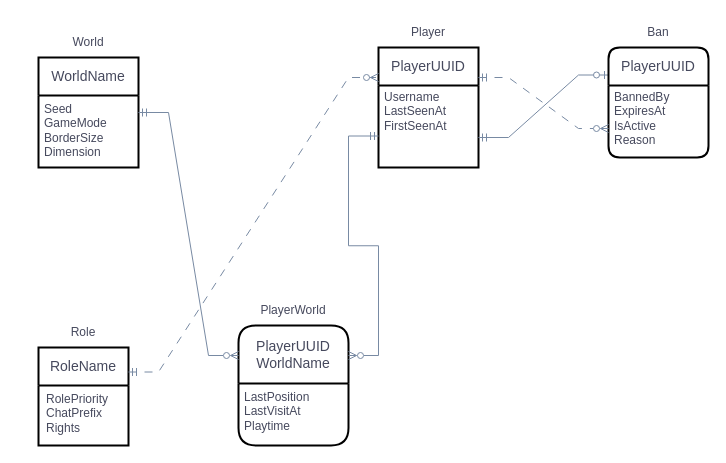
This is lab1/DB_Lab1.drawio from CodeI000I/DatabaseLabs, a draw.io file, before an edit. Source tidied: cells renumbered, new cells numbered last; positions are measured from the earlier drawing's top-left corner, leaving out a move shared by most shapes. Both pictures are drawn from the tidied source at 100%, with x=0, y=0 at pixel (38, 17).
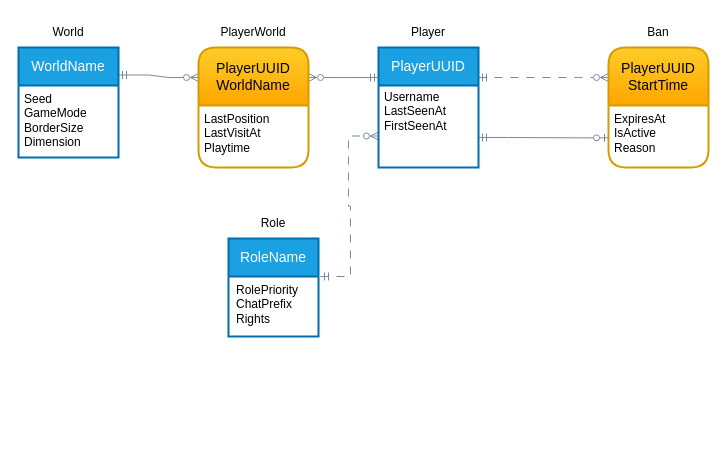
The same diagram, later.

Commit message (it also covers changes not shown here):
update er model and repott

What changed in the source:
```diff
@@
-<mxGraphModel>
+<mxGraphModel background="light-dark(#FFFFFF,#FFFFFF)">
@@
-    <mxCell id="2" style="group;" parent="1" vertex="1">
-      <mxGeometry x="340" width="100" height="150" as="geometry" />
-    </mxCell>
+    <mxCell id="16" style="edgeStyle=entityRelationEdgeStyle;fontSize=12;html=1;endArrow=ERzeroToMany;startArrow=ERmandOne;rounded=0;strokeColor=#788AA3;fontFamily=Helvetica;fontColor=#46495D;labelBackgroundColor=none;fillColor=#B2C9AB;dashed=1;dashPattern=8 8;entryX=0;entryY=0.75;entryDx=0;entryDy=0;exitX=1;exitY=0;exitDx=0;exitDy=0;endFill=0;" parent="1" edge="1" source="15" target="5">
+      <mxGeometry relative="1" as="geometry" />
+    </mxCell>
+    <mxCell id="17" style="edgeStyle=entityRelationEdgeStyle;fontSize=12;html=1;endArrow=ERmandOne;startArrow=ERzeroToOne;rounded=0;strokeColor=#788AA3;fontFamily=Helvetica;fontColor=#46495D;labelBackgroundColor=none;fillColor=#B2C9AB;exitX=0;exitY=0.622;exitDx=0;exitDy=0;entryX=1;entryY=0.75;entryDx=0;entryDy=0;startFill=0;endFill=0;exitPerimeter=0;" parent="1" edge="1" source="22" target="3">
+      <mxGeometry relative="1" as="geometry" />
+    </mxCell>
+    <mxCell id="18" style="edgeStyle=entityRelationEdgeStyle;fontSize=12;html=1;endArrow=ERmandOne;startArrow=ERzeroToMany;rounded=0;strokeColor=#788AA3;fontFamily=Helvetica;fontColor=#46495D;labelBackgroundColor=none;fillColor=#B2C9AB;startFill=0;endFill=0;exitX=0;exitY=0.25;exitDx=0;exitDy=0;entryX=1;entryY=0.25;entryDx=0;entryDy=0;" parent="1" edge="1" source="7" target="11">
+      <mxGeometry relative="1" as="geometry" />
+    </mxCell>
+    <mxCell id="23" style="edgeStyle=entityRelationEdgeStyle;fontSize=12;html=1;endArrow=ERmandOne;startArrow=ERzeroToMany;rounded=0;strokeColor=#788AA3;fontFamily=Helvetica;fontColor=#46495D;labelBackgroundColor=none;fillColor=#B2C9AB;exitX=1;exitY=0.25;exitDx=0;exitDy=0;startFill=0;endFill=0;entryX=0;entryY=0.25;entryDx=0;entryDy=0;" parent="1" edge="1" source="7" target="3">
+      <mxGeometry relative="1" as="geometry" />
+    </mxCell>
+    <mxCell id="24" style="edgeStyle=entityRelationEdgeStyle;fontSize=12;html=1;endArrow=ERzeroToMany;startArrow=ERmandOne;rounded=0;strokeColor=#788AA3;fontFamily=Helvetica;fontColor=#46495D;labelBackgroundColor=none;fillColor=#B2C9AB;exitX=1;exitY=0.25;exitDx=0;exitDy=0;entryX=0;entryY=0.25;entryDx=0;entryDy=0;dashed=1;dashPattern=8 8;endFill=0;" parent="1" edge="1" source="3" target="20">
+      <mxGeometry relative="1" as="geometry" />
+    </mxCell>
-    <mxCell id="3" value="PlayerUUID" style="swimlane;horizontal=1;startSize=38;rounded=1;fontSize=14;fontStyle=0;strokeWidth=2;shadow=0;dashed=0;align=center;arcSize=0;whiteSpace=wrap;html=1;verticalAlign=middle;fontFamily=Helvetica;fontColor=#46495D;labelBackgroundColor=none;fillColor=none;gradientColor=none;" parent="2" vertex="1">
-      <mxGeometry y="30" width="100" height="120" as="geometry" />
+    <mxCell id="3" value="PlayerUUID" style="swimlane;horizontal=1;startSize=38;rounded=1;fontSize=14;fontStyle=0;strokeWidth=2;shadow=0;dashed=0;align=center;arcSize=0;whiteSpace=wrap;html=1;verticalAlign=middle;fontFamily=Helvetica;fontColor=#ffffff;labelBackgroundColor=none;fillColor=#1ba1e2;strokeColor=#006EAF;" parent="1" vertex="1">
+      <mxGeometry x="340" y="30" width="100" height="120" as="geometry" />
     </mxCell>
-    <mxCell id="4" value="Player" style="text;strokeColor=none;fillColor=none;spacingLeft=4;spacingRight=4;overflow=hidden;fontSize=12;whiteSpace=wrap;html=1;rounded=0;align=center;verticalAlign=middle;fontFamily=Helvetica;fontColor=#46495D;labelBackgroundColor=none;gradientColor=none;" parent="2" vertex="1">
-      <mxGeometry x="20" width="60" height="30" as="geometry" />
+    <mxCell id="4" value="&lt;span style=&quot;color: light-dark(rgb(0, 0, 0), rgb(0, 0, 0));&quot;&gt;Player&lt;/span&gt;" style="text;strokeColor=none;fillColor=none;spacingLeft=4;spacingRight=4;overflow=hidden;fontSize=12;whiteSpace=wrap;html=1;rounded=0;align=center;verticalAlign=middle;fontFamily=Helvetica;fontColor=#46495D;labelBackgroundColor=none;gradientColor=none;" parent="1" vertex="1">
+      <mxGeometry x="360" width="60" height="30" as="geometry" />
     </mxCell>
-    <mxCell id="5" value="&lt;div&gt;Username&lt;/div&gt;&lt;div&gt;LastSeenAt&lt;br&gt;FirstSeenAt&lt;/div&gt;&lt;div&gt;&lt;br&gt;&lt;/div&gt;" style="align=left;strokeColor=none;fillColor=none;spacingLeft=4;spacingRight=4;fontSize=12;verticalAlign=top;html=1;whiteSpace=wrap;rounded=0;fontFamily=Helvetica;fontColor=#46495D;labelBackgroundColor=none;" parent="2" vertex="1">
-      <mxGeometry y="66" width="90" height="70" as="geometry" />
+    <mxCell id="5" value="&lt;div&gt;&lt;span style=&quot;color: light-dark(rgb(0, 0, 0), rgb(0, 0, 0));&quot;&gt;Username&lt;/span&gt;&lt;/div&gt;&lt;div&gt;&lt;span style=&quot;color: light-dark(rgb(0, 0, 0), rgb(0, 0, 0));&quot;&gt;LastSeenAt&lt;br&gt;FirstSeenAt&lt;/span&gt;&lt;/div&gt;&lt;div&gt;&lt;span style=&quot;color: light-dark(rgb(0, 0, 0), rgb(0, 0, 0));&quot;&gt;&lt;br&gt;&lt;/span&gt;&lt;/div&gt;" style="align=left;strokeColor=none;fillColor=none;spacingLeft=4;spacingRight=4;fontSize=12;verticalAlign=top;html=1;whiteSpace=wrap;rounded=0;fontFamily=Helvetica;fontColor=#46495D;labelBackgroundColor=none;" parent="1" vertex="1">
+      <mxGeometry x="340" y="66" width="90" height="70" as="geometry" />
     </mxCell>
-    <mxCell id="6" style="group;" parent="1" vertex="1">
-      <mxGeometry x="200" y="278" width="110" height="150" as="geometry" />
-    </mxCell>
+    <mxCell id="20" value="PlayerUUID&lt;br&gt;StartTime" style="swimlane;horizontal=1;startSize=58;rounded=1;fontSize=14;fontStyle=0;strokeWidth=2;shadow=0;dashed=0;align=center;arcSize=10;whiteSpace=wrap;html=1;verticalAlign=middle;fontFamily=Helvetica;labelBackgroundColor=none;fillColor=#ffcd28;gradientColor=#ffa500;strokeColor=#d79b00;" parent="1" vertex="1">
+      <mxGeometry x="570" y="30" width="100" height="120" as="geometry" />
+    </mxCell>
+    <mxCell id="21" value="&lt;span style=&quot;color: light-dark(rgb(0, 0, 0), rgb(0, 0, 0));&quot;&gt;Ban&lt;/span&gt;" style="text;strokeColor=none;fillColor=none;spacingLeft=4;spacingRight=4;overflow=hidden;fontSize=12;whiteSpace=wrap;html=1;rounded=0;align=center;verticalAlign=middle;fontFamily=Helvetica;fontColor=#46495D;labelBackgroundColor=none;gradientColor=none;" parent="1" vertex="1">
+      <mxGeometry x="595" width="50" height="30" as="geometry" />
+    </mxCell>
+    <mxCell id="25" style="group;" parent="1" vertex="1">
+      <mxGeometry x="190" y="191" width="92" height="128" as="geometry" />
+    </mxCell>
+    <mxCell id="13" value="&lt;span style=&quot;color: light-dark(rgb(0, 0, 0), rgb(0, 0, 0));&quot;&gt;Role&lt;/span&gt;" style="text;html=1;whiteSpace=wrap;strokeColor=none;fillColor=none;align=center;verticalAlign=middle;rounded=0;fontFamily=Helvetica;fontSize=12;fontColor=#46495D;labelBackgroundColor=none;gradientColor=none;" parent="25" vertex="1">
+      <mxGeometry x="20" width="50" height="30" as="geometry" />
+    </mxCell>
+    <mxCell id="14" value="RoleName" style="swimlane;horizontal=1;startSize=38;rounded=1;fontSize=14;fontStyle=0;strokeWidth=2;shadow=0;dashed=0;align=center;arcSize=0;whiteSpace=wrap;html=1;verticalAlign=middle;fontFamily=Helvetica;fontColor=#ffffff;labelBackgroundColor=none;fillColor=#1ba1e2;strokeColor=#006EAF;" parent="25" vertex="1">
+      <mxGeometry y="30" width="90" height="98" as="geometry" />
+    </mxCell>
+    <mxCell id="15" value="&lt;span style=&quot;color: light-dark(rgb(0, 0, 0), rgb(0, 0, 0));&quot;&gt;RolePriority&lt;br&gt;&lt;/span&gt;&lt;div&gt;&lt;span style=&quot;color: light-dark(rgb(0, 0, 0), rgb(0, 0, 0));&quot;&gt;ChatPrefix&lt;/span&gt;&lt;/div&gt;&lt;div&gt;&lt;span style=&quot;color: light-dark(rgb(0, 0, 0), rgb(0, 0, 0));&quot;&gt;Rights&lt;/span&gt;&lt;/div&gt;" style="align=left;strokeColor=none;fillColor=none;spacingLeft=4;spacingRight=4;fontSize=12;verticalAlign=top;html=1;whiteSpace=wrap;rounded=0;fontFamily=Helvetica;fontColor=#46495D;labelBackgroundColor=none;" parent="25" vertex="1">
+      <mxGeometry x="2" y="68" width="90" height="60" as="geometry" />
+    </mxCell>
+    <mxCell id="26" style="group;" parent="1" vertex="1">
+      <mxGeometry x="160" width="110" height="150" as="geometry" />
+    </mxCell>
-    <mxCell id="7" value="&lt;div&gt;PlayerUUID&lt;/div&gt;&lt;div&gt;WorldName&lt;/div&gt;" style="swimlane;horizontal=1;startSize=58;rounded=1;fontSize=14;fontStyle=0;strokeWidth=2;shadow=0;dashed=0;align=center;arcSize=10;whiteSpace=wrap;html=1;verticalAlign=middle;fontFamily=Helvetica;fontColor=#46495D;labelBackgroundColor=none;fillColor=none;gradientColor=none;" parent="6" vertex="1">
+    <mxCell id="7" value="&lt;div&gt;PlayerUUID&lt;/div&gt;&lt;div&gt;WorldName&lt;/div&gt;" style="swimlane;horizontal=1;startSize=58;rounded=1;fontSize=14;fontStyle=0;strokeWidth=2;shadow=0;dashed=0;align=center;arcSize=10;whiteSpace=wrap;html=1;verticalAlign=middle;fontFamily=Helvetica;labelBackgroundColor=none;fillColor=#ffcd28;gradientColor=#ffa500;strokeColor=#d79b00;" parent="26" vertex="1">
       <mxGeometry y="30" width="110" height="120" as="geometry" />
     </mxCell>
+    <mxCell id="9" value="&lt;span style=&quot;color: light-dark(rgb(0, 0, 0), rgb(0, 0, 0));&quot;&gt;PlayerWorld&lt;/span&gt;" style="text;html=1;whiteSpace=wrap;strokeColor=none;fillColor=none;align=center;verticalAlign=middle;rounded=0;fontFamily=Helvetica;fontSize=12;fontColor=#46495D;labelBackgroundColor=none;gradientColor=none;" parent="26" vertex="1">
+      <mxGeometry x="10" width="90" height="30" as="geometry" />
+    </mxCell>
-    <mxCell id="8" value="LastPosition&lt;br&gt;LastVisitAt&lt;br&gt;Playtime" style="align=left;strokeColor=none;fillColor=none;spacingLeft=4;spacingRight=4;fontSize=12;verticalAlign=top;html=1;whiteSpace=wrap;rounded=0;fontFamily=Helvetica;fontColor=#46495D;labelBackgroundColor=none;" parent="7" vertex="1">
-      <mxGeometry y="58" width="110" height="62" as="geometry" />
+    <mxCell id="8" value="&lt;span style=&quot;color: light-dark(rgb(0, 0, 0), rgb(0, 0, 0));&quot;&gt;LastPosition&lt;br&gt;LastVisitAt&lt;br&gt;Playtime&lt;/span&gt;" style="align=left;strokeColor=none;fillColor=none;spacingLeft=4;spacingRight=4;fontSize=12;verticalAlign=top;html=1;whiteSpace=wrap;rounded=0;fontFamily=Helvetica;fontColor=#46495D;labelBackgroundColor=none;" parent="26" vertex="1">
+      <mxGeometry y="88" width="90" height="60" as="geometry" />
     </mxCell>
-    <mxCell id="9" value="PlayerWorld" style="text;html=1;whiteSpace=wrap;strokeColor=none;fillColor=none;align=center;verticalAlign=middle;rounded=0;fontFamily=Helvetica;fontSize=12;fontColor=#46495D;labelBackgroundColor=none;gradientColor=none;" parent="6" vertex="1">
-      <mxGeometry x="10" width="90" height="30" as="geometry" />
-    </mxCell>
+    <mxCell id="27" style="group;" parent="1" vertex="1">
+      <mxGeometry x="-20" width="100" height="158" as="geometry" />
+    </mxCell>
-    <mxCell id="10" value="Seed&lt;br&gt;&lt;div&gt;GameMode&lt;br&gt;BorderSize&lt;br&gt;Dimension&lt;/div&gt;&lt;div&gt;&lt;br&gt;&lt;/div&gt;" style="align=left;strokeColor=none;fillColor=none;spacingLeft=4;spacingRight=4;fontSize=12;verticalAlign=top;html=1;whiteSpace=wrap;rounded=0;fontFamily=Helvetica;fontColor=#46495D;labelBackgroundColor=none;" parent="1" vertex="1">
-      <mxGeometry y="78" width="134" height="72" as="geometry" />
+    <mxCell id="10" value="&lt;span style=&quot;color: light-dark(rgb(0, 0, 0), rgb(0, 0, 0));&quot;&gt;Seed&lt;br&gt;&lt;/span&gt;&lt;div&gt;&lt;span style=&quot;color: light-dark(rgb(0, 0, 0), rgb(0, 0, 0));&quot;&gt;GameMode&lt;br&gt;BorderSize&lt;br&gt;Dimension&lt;/span&gt;&lt;/div&gt;&lt;div&gt;&lt;span style=&quot;color: light-dark(rgb(0, 0, 0), rgb(0, 0, 0));&quot;&gt;&lt;br&gt;&lt;/span&gt;&lt;/div&gt;" style="align=left;strokeColor=none;fillColor=none;spacingLeft=4;spacingRight=4;fontSize=12;verticalAlign=top;html=1;whiteSpace=wrap;rounded=0;fontFamily=Helvetica;fontColor=#46495D;labelBackgroundColor=none;" parent="27" vertex="1">
+      <mxGeometry y="68" width="90" height="90" as="geometry" />
     </mxCell>
-    <mxCell id="11" value="WorldName" style="swimlane;horizontal=1;startSize=38;rounded=1;fontSize=14;fontStyle=0;strokeWidth=2;shadow=0;dashed=0;align=center;arcSize=0;whiteSpace=wrap;html=1;verticalAlign=middle;fontFamily=Helvetica;fontColor=#46495D;labelBackgroundColor=none;fillColor=none;gradientColor=none;" parent="1" vertex="1">
-      <mxGeometry y="40" width="100" height="110" as="geometry" />
+    <mxCell id="11" value="WorldName" style="swimlane;horizontal=1;startSize=38;rounded=1;fontSize=14;fontStyle=0;strokeWidth=2;shadow=0;dashed=0;align=center;arcSize=0;whiteSpace=wrap;html=1;verticalAlign=middle;fontFamily=Helvetica;fontColor=#ffffff;labelBackgroundColor=none;fillColor=#1ba1e2;strokeColor=#006EAF;" parent="27" vertex="1">
+      <mxGeometry y="30" width="100" height="110" as="geometry" />
     </mxCell>
-    <mxCell id="12" value="World" style="text;strokeColor=none;fillColor=none;spacingLeft=4;spacingRight=4;overflow=hidden;fontSize=12;whiteSpace=wrap;html=1;rounded=0;align=center;verticalAlign=middle;fontFamily=Helvetica;fontColor=#46495D;labelBackgroundColor=none;gradientColor=none;" parent="1" vertex="1">
-      <mxGeometry x="20" y="10" width="60" height="30" as="geometry" />
+    <mxCell id="12" value="&lt;span style=&quot;color: light-dark(rgb(0, 0, 0), rgb(0, 0, 0));&quot;&gt;World&lt;/span&gt;" style="text;strokeColor=none;fillColor=none;spacingLeft=4;spacingRight=4;overflow=hidden;fontSize=12;whiteSpace=wrap;html=1;rounded=0;align=center;verticalAlign=middle;fontFamily=Helvetica;fontColor=#46495D;labelBackgroundColor=none;gradientColor=none;" parent="27" vertex="1">
+      <mxGeometry x="20" width="60" height="30" as="geometry" />
     </mxCell>
-    <mxCell id="13" value="Role" style="text;html=1;whiteSpace=wrap;strokeColor=none;fillColor=none;align=center;verticalAlign=middle;rounded=0;fontFamily=Helvetica;fontSize=12;fontColor=#46495D;labelBackgroundColor=none;gradientColor=none;" parent="1" vertex="1">
-      <mxGeometry x="20" y="300" width="50" height="30" as="geometry" />
-    </mxCell>
-    <mxCell id="14" value="RoleName" style="swimlane;horizontal=1;startSize=38;rounded=1;fontSize=14;fontStyle=0;strokeWidth=2;shadow=0;dashed=0;align=center;arcSize=0;whiteSpace=wrap;html=1;verticalAlign=middle;fontFamily=Helvetica;fontColor=#46495D;labelBackgroundColor=none;fillColor=none;gradientColor=none;" parent="1" vertex="1">
-      <mxGeometry y="330" width="90" height="98" as="geometry" />
-    </mxCell>
-    <mxCell id="15" value="RolePriority&lt;br&gt;&lt;div&gt;ChatPrefix&lt;/div&gt;&lt;div&gt;Rights&lt;/div&gt;" style="align=left;strokeColor=none;fillColor=none;spacingLeft=4;spacingRight=4;fontSize=12;verticalAlign=top;html=1;whiteSpace=wrap;rounded=0;fontFamily=Helvetica;fontColor=#46495D;labelBackgroundColor=none;" parent="1" vertex="1">
-      <mxGeometry x="2" y="368" width="126" height="60" as="geometry" />
-    </mxCell>
-    <mxCell id="16" style="edgeStyle=entityRelationEdgeStyle;fontSize=12;html=1;endArrow=ERzeroToMany;startArrow=ERmandOne;rounded=0;strokeColor=#788AA3;fontFamily=Helvetica;fontColor=#46495D;labelBackgroundColor=none;fillColor=#B2C9AB;exitX=1;exitY=0.25;exitDx=0;exitDy=0;entryX=0;entryY=0.25;entryDx=0;entryDy=0;dashed=1;dashPattern=8 8;" parent="1" edge="1" source="14" target="3">
-      <mxGeometry relative="1" as="geometry" />
-    </mxCell>
-    <mxCell id="17" style="edgeStyle=entityRelationEdgeStyle;fontSize=12;html=1;endArrow=ERmandOne;startArrow=ERzeroToOne;rounded=0;strokeColor=#788AA3;fontFamily=Helvetica;fontColor=#46495D;labelBackgroundColor=none;fillColor=#B2C9AB;exitX=0;exitY=0.25;exitDx=0;exitDy=0;entryX=1;entryY=0.75;entryDx=0;entryDy=0;startFill=0;endFill=0;" parent="1" edge="1" source="20" target="3">
-      <mxGeometry relative="1" as="geometry" />
-    </mxCell>
-    <mxCell id="18" style="edgeStyle=entityRelationEdgeStyle;fontSize=12;html=1;endArrow=ERmandOne;startArrow=ERzeroToMany;rounded=0;strokeColor=#788AA3;fontFamily=Helvetica;fontColor=#46495D;labelBackgroundColor=none;fillColor=#B2C9AB;exitX=0;exitY=0.25;exitDx=0;exitDy=0;entryX=1;entryY=0.5;entryDx=0;entryDy=0;startFill=0;endFill=0;" parent="1" edge="1" source="7" target="11">
-      <mxGeometry relative="1" as="geometry" />
-    </mxCell>
-    <mxCell id="19" style="group;" parent="1" vertex="1">
-      <mxGeometry x="570" width="100" height="156" as="geometry" />
-    </mxCell>
-    <mxCell id="20" value="PlayerUUID" style="swimlane;horizontal=1;startSize=38;rounded=1;fontSize=14;fontStyle=0;strokeWidth=2;shadow=0;dashed=0;align=center;arcSize=10;whiteSpace=wrap;html=1;verticalAlign=middle;fontFamily=Helvetica;fontColor=#46495D;labelBackgroundColor=none;fillColor=none;gradientColor=none;" parent="19" vertex="1">
-      <mxGeometry y="30" width="100" height="110" as="geometry" />
-    </mxCell>
-    <mxCell id="21" value="Ban" style="text;strokeColor=none;fillColor=none;spacingLeft=4;spacingRight=4;overflow=hidden;fontSize=12;whiteSpace=wrap;html=1;rounded=0;align=center;verticalAlign=middle;fontFamily=Helvetica;fontColor=#46495D;labelBackgroundColor=none;gradientColor=none;" parent="19" vertex="1">
-      <mxGeometry x="25" width="50" height="30" as="geometry" />
-    </mxCell>
-    <mxCell id="22" value="&lt;div&gt;BannedBy&lt;/div&gt;&lt;div&gt;ExpiresAt&lt;br&gt;IsActive&lt;/div&gt;&lt;div&gt;Reason&lt;/div&gt;&lt;div&gt;&lt;br&gt;&lt;/div&gt;" style="align=left;strokeColor=none;fillColor=none;spacingLeft=4;spacingRight=4;fontSize=12;verticalAlign=top;html=1;whiteSpace=wrap;rounded=0;fontFamily=Helvetica;fontColor=#46495D;labelBackgroundColor=none;" parent="19" vertex="1">
-      <mxGeometry y="66" width="80" height="90" as="geometry" />
+    <mxCell id="22" value="&lt;div&gt;&lt;span style=&quot;color: light-dark(rgb(0, 0, 0), rgb(0, 0, 0));&quot;&gt;ExpiresAt&lt;br&gt;IsActive&lt;/span&gt;&lt;/div&gt;&lt;div&gt;&lt;span style=&quot;color: light-dark(rgb(0, 0, 0), rgb(0, 0, 0));&quot;&gt;Reason&lt;/span&gt;&lt;/div&gt;&lt;div&gt;&lt;span style=&quot;color: light-dark(rgb(0, 0, 0), rgb(0, 0, 0));&quot;&gt;&lt;br&gt;&lt;/span&gt;&lt;/div&gt;" style="align=left;strokeColor=none;fillColor=none;spacingLeft=4;spacingRight=4;fontSize=12;verticalAlign=top;html=1;whiteSpace=wrap;rounded=0;fontFamily=Helvetica;fontColor=#46495D;labelBackgroundColor=none;" parent="1" vertex="1">
+      <mxGeometry x="570" y="88" width="100" height="52" as="geometry" />
     </mxCell>
-    <mxCell id="23" style="edgeStyle=entityRelationEdgeStyle;fontSize=12;html=1;endArrow=ERmandOne;startArrow=ERzeroToMany;rounded=0;strokeColor=#788AA3;fontFamily=Helvetica;fontColor=#46495D;labelBackgroundColor=none;fillColor=#B2C9AB;exitX=1;exitY=0.25;exitDx=0;exitDy=0;startFill=0;endFill=0;entryX=0;entryY=0.75;entryDx=0;entryDy=0;" parent="1" edge="1" source="7" target="5">
-      <mxGeometry relative="1" as="geometry" />
-    </mxCell>
-    <mxCell id="24" style="edgeStyle=entityRelationEdgeStyle;fontSize=12;html=1;endArrow=ERzeroToMany;startArrow=ERmandOne;rounded=0;strokeColor=#788AA3;fontFamily=Helvetica;fontColor=#46495D;labelBackgroundColor=none;fillColor=#B2C9AB;exitX=1;exitY=0.25;exitDx=0;exitDy=0;entryX=0;entryY=0.5;entryDx=0;entryDy=0;dashed=1;dashPattern=8 8;endFill=0;" parent="1" edge="1" source="3" target="22">
-      <mxGeometry relative="1" as="geometry" />
-    </mxCell>
```
